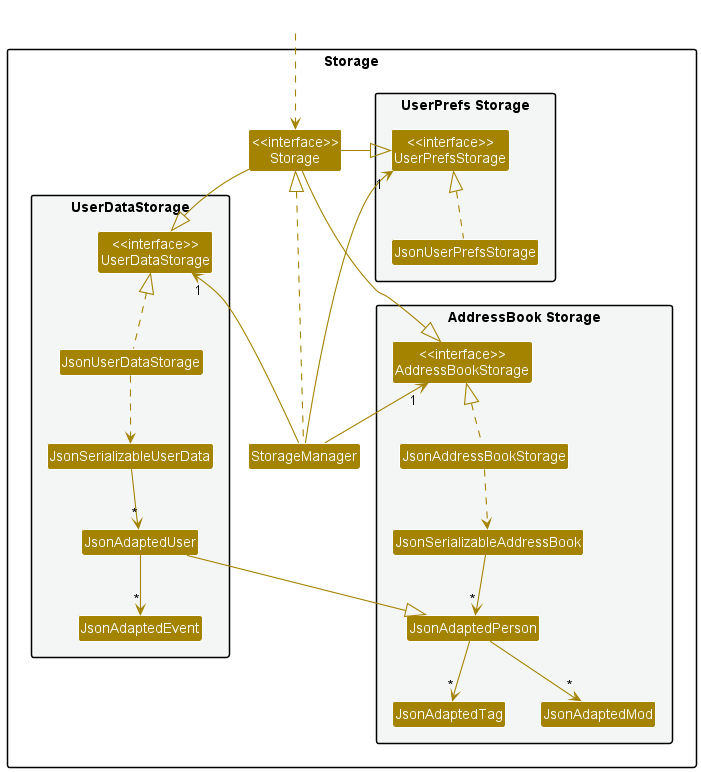
This is docs/images/StorageClassDiagram.png from nus-cs2103-AY2223S2/tp, a PlantUML export, as it was before one commit.
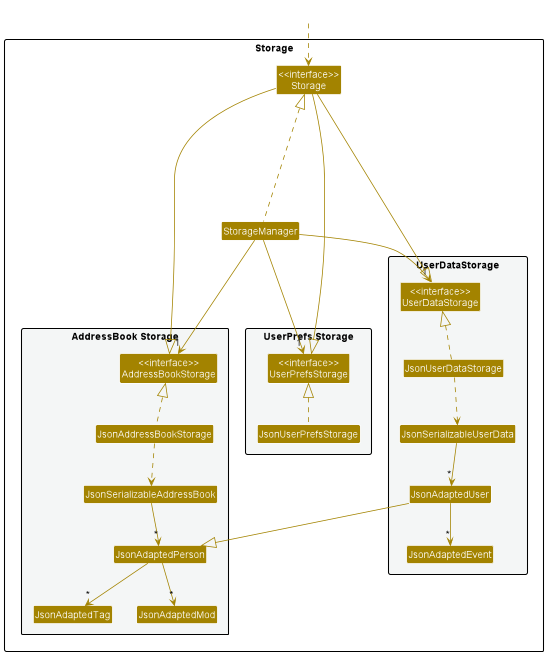
Above is the later version.

Commit message:
Update StorageClassDiagram and ModelClassDiagram

Diff of the diagram source:
```diff
@@ -36,14 +36,14 @@
 Class HiddenOutside #FFFFFF
 HiddenOutside ..> Storage
 
-StorageManager .up.|> Storage
-StorageManager -up-> "1" UserPrefsStorage
-StorageManager -up-> "1" AddressBookStorage
-StorageManager -up-> "1" UserDataStorage
+StorageManager ...up.|> Storage
+StorageManager --down-> "1" UserPrefsStorage
+StorageManager --down-> "1" AddressBookStorage
+StorageManager ---down-> "1" UserDataStorage
 
-Storage -left-|> UserPrefsStorage
-Storage -right-|> AddressBookStorage
-Storage -down-|> UserDataStorage
+Storage -right-|> UserPrefsStorage
+Storage -down-|> AddressBookStorage
+Storage -left-|> UserDataStorage
 
 JsonUserPrefsStorage .up.|> UserPrefsStorage
 JsonAddressBookStorage .up.|> AddressBookStorage
```
